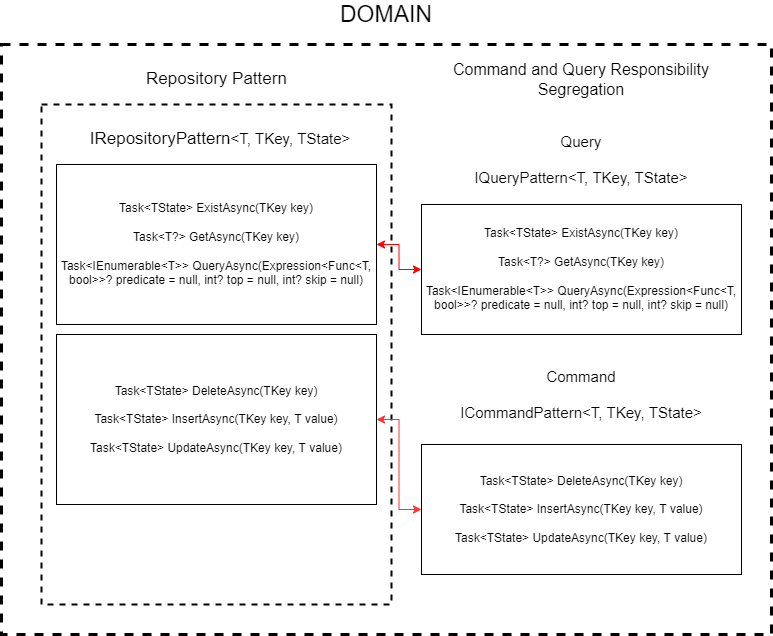
Before: RepositoryFramework.Abstractions.png, a diagram exported from draw.io (KeyserDSoze/RepositoryFramework). Source tidied: cells renumbered, new cells last; positions are measured from the earlier drawing's top-left corner, leaving out a move shared by most shapes. Source of this version:
```xml
<mxGraphModel>
  <root>
    <mxCell id="0" />
    <mxCell id="1" parent="0" />
    <mxCell id="2" value="&lt;font style=&quot;font-size: 23px&quot;&gt;DOMAIN&lt;/font&gt;" style="rounded=0;whiteSpace=wrap;html=1;dashed=1;fillColor=none;strokeWidth=3;spacingBottom=650;" parent="1" vertex="1">
      <mxGeometry width="770" height="590" as="geometry" />
    </mxCell>
    <mxCell id="3" style="whiteSpace=wrap;html=1;fillColor=none;strokeWidth=2;dashed=1;" parent="1" vertex="1">
      <mxGeometry x="40" y="60" width="350" height="500" as="geometry" />
    </mxCell>
    <mxCell id="4" value="Repository Pattern" style="text;html=1;strokeColor=none;fillColor=none;align=center;verticalAlign=middle;whiteSpace=wrap;rounded=0;fontSize=17;" parent="1" vertex="1">
      <mxGeometry x="132.5" y="20" width="165" height="30" as="geometry" />
    </mxCell>
    <mxCell id="5" style="edgeStyle=orthogonalEdgeStyle;rounded=0;jettySize=auto;html=1;fontSize=15;startArrow=classic;startFill=1;strokeColor=#FF0000;" parent="1" edge="1" source="6" target="11">
      <mxGeometry relative="1" as="geometry" />
    </mxCell>
    <mxCell id="6" value="Task&amp;lt;TState&amp;gt; ExistAsync(TKey key)&lt;br&gt;&lt;br&gt;Task&amp;lt;T?&amp;gt; GetAsync(TKey key)&lt;br&gt;&lt;br&gt;Task&amp;lt;IEnumerable&amp;lt;T&amp;gt;&amp;gt; QueryAsync(Expression&amp;lt;Func&amp;lt;T, bool&amp;gt;&amp;gt;? predicate = null, int? top = null, int? skip = null)" style="rounded=0;whiteSpace=wrap;html=1;" parent="1" vertex="1">
      <mxGeometry x="420" y="160" width="320" height="130" as="geometry" />
    </mxCell>
    <mxCell id="7" value="Command and Query Responsibility Segregation" style="text;html=1;strokeColor=none;fillColor=none;align=center;verticalAlign=middle;whiteSpace=wrap;rounded=0;fontSize=16;" parent="1" vertex="1">
      <mxGeometry x="450" y="20" width="260" height="30" as="geometry" />
    </mxCell>
    <mxCell id="8" style="edgeStyle=orthogonalEdgeStyle;rounded=0;jettySize=auto;html=1;fontSize=15;startArrow=classic;startFill=1;strokeColor=#FF3333;" parent="1" edge="1" source="9" target="12">
      <mxGeometry relative="1" as="geometry" />
    </mxCell>
    <mxCell id="9" value="Task&amp;lt;TState&amp;gt; DeleteAsync(TKey key)&lt;br&gt;&lt;br&gt;Task&amp;lt;TState&amp;gt; InsertAsync(TKey key, T value)&lt;br&gt;&lt;br&gt;Task&amp;lt;TState&amp;gt; UpdateAsync(TKey key, T value)" style="rounded=0;whiteSpace=wrap;html=1;" parent="1" vertex="1">
      <mxGeometry x="420" y="400" width="320" height="130" as="geometry" />
    </mxCell>
    <mxCell id="10" value="Query&lt;br&gt;&lt;br&gt;IQueryPattern&amp;lt;T, TKey, TState&amp;gt;" style="text;html=1;strokeColor=none;fillColor=none;align=center;verticalAlign=middle;whiteSpace=wrap;rounded=0;fontSize=15;" parent="1" vertex="1">
      <mxGeometry x="455" y="90" width="250" height="50" as="geometry" />
    </mxCell>
    <mxCell id="11" value="Task&amp;lt;TState&amp;gt; ExistAsync(TKey key)&lt;br&gt;&lt;br&gt;Task&amp;lt;T?&amp;gt; GetAsync(TKey key)&lt;br&gt;&lt;br&gt;Task&amp;lt;IEnumerable&amp;lt;T&amp;gt;&amp;gt; QueryAsync(Expression&amp;lt;Func&amp;lt;T, bool&amp;gt;&amp;gt;? predicate = null, int? top = null, int? skip = null)" style="rounded=0;whiteSpace=wrap;html=1;" parent="1" vertex="1">
      <mxGeometry x="55" y="120" width="320" height="160" as="geometry" />
    </mxCell>
    <mxCell id="12" value="Task&amp;lt;TState&amp;gt; DeleteAsync(TKey key)&lt;br&gt;&lt;br&gt;Task&amp;lt;TState&amp;gt; InsertAsync(TKey key, T value)&lt;br&gt;&lt;br&gt;Task&amp;lt;TState&amp;gt; UpdateAsync(TKey key, T value)" style="rounded=0;whiteSpace=wrap;html=1;" parent="1" vertex="1">
      <mxGeometry x="55" y="290" width="320" height="170" as="geometry" />
    </mxCell>
    <mxCell id="13" value="Command&lt;br&gt;&lt;br&gt;ICommandPattern&amp;lt;T, TKey, TState&amp;gt;" style="text;html=1;strokeColor=none;fillColor=none;align=center;verticalAlign=middle;whiteSpace=wrap;rounded=0;fontSize=15;" parent="1" vertex="1">
      <mxGeometry x="430" y="310" width="300" height="80" as="geometry" />
    </mxCell>
    <mxCell id="14" value="IRepositoryPattern&lt;span style=&quot;font-size: 15px&quot;&gt;&amp;lt;T, TKey, TState&amp;gt;&lt;/span&gt;" style="text;html=1;strokeColor=none;fillColor=none;align=center;verticalAlign=middle;whiteSpace=wrap;rounded=0;fontSize=17;" parent="1" vertex="1">
      <mxGeometry x="80" y="80" width="277.5" height="30" as="geometry" />
    </mxCell>
  </root>
</mxGraphModel>
```
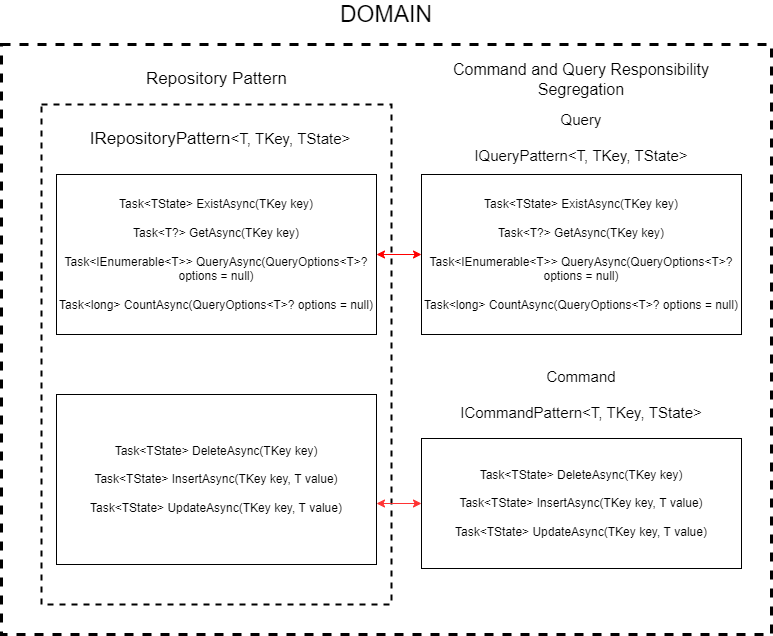
The same file after the commit.

Diff of the diagram source:
```diff
@@ -14,26 +14,31 @@
     <mxCell id="5" style="edgeStyle=orthogonalEdgeStyle;rounded=0;jettySize=auto;html=1;fontSize=15;startArrow=classic;startFill=1;strokeColor=#FF0000;" parent="1" edge="1" source="6" target="11">
       <mxGeometry relative="1" as="geometry" />
     </mxCell>
-    <mxCell id="6" value="Task&amp;lt;TState&amp;gt; ExistAsync(TKey key)&lt;br&gt;&lt;br&gt;Task&amp;lt;T?&amp;gt; GetAsync(TKey key)&lt;br&gt;&lt;br&gt;Task&amp;lt;IEnumerable&amp;lt;T&amp;gt;&amp;gt; QueryAsync(Expression&amp;lt;Func&amp;lt;T, bool&amp;gt;&amp;gt;? predicate = null, int? top = null, int? skip = null)" style="rounded=0;whiteSpace=wrap;html=1;" parent="1" vertex="1">
-      <mxGeometry x="420" y="160" width="320" height="130" as="geometry" />
+    <mxCell id="6" value="Task&amp;lt;TState&amp;gt; ExistAsync(TKey key)&lt;br&gt;&lt;br&gt;Task&amp;lt;T?&amp;gt; GetAsync(TKey key)&lt;br&gt;&lt;br&gt;Task&amp;lt;IEnumerable&amp;lt;T&amp;gt;&amp;gt; QueryAsync(QueryOptions&amp;lt;T&amp;gt;? options = null)&lt;br&gt;&lt;br&gt;Task&amp;lt;long&amp;gt; CountAsync(QueryOptions&amp;lt;T&amp;gt;? options = null)" style="rounded=0;whiteSpace=wrap;html=1;" parent="1" vertex="1">
+      <mxGeometry x="420" y="130" width="320" height="160" as="geometry" />
     </mxCell>
     <mxCell id="7" value="Command and Query Responsibility Segregation" style="text;html=1;strokeColor=none;fillColor=none;align=center;verticalAlign=middle;whiteSpace=wrap;rounded=0;fontSize=16;" parent="1" vertex="1">
       <mxGeometry x="450" y="20" width="260" height="30" as="geometry" />
     </mxCell>
     <mxCell id="8" style="edgeStyle=orthogonalEdgeStyle;rounded=0;jettySize=auto;html=1;fontSize=15;startArrow=classic;startFill=1;strokeColor=#FF3333;" parent="1" edge="1" source="9" target="12">
-      <mxGeometry relative="1" as="geometry" />
+      <mxGeometry relative="1" as="geometry">
+        <Array as="points">
+          <mxPoint x="390" y="459" />
+          <mxPoint x="390" y="459" />
+        </Array>
+      </mxGeometry>
     </mxCell>
     <mxCell id="9" value="Task&amp;lt;TState&amp;gt; DeleteAsync(TKey key)&lt;br&gt;&lt;br&gt;Task&amp;lt;TState&amp;gt; InsertAsync(TKey key, T value)&lt;br&gt;&lt;br&gt;Task&amp;lt;TState&amp;gt; UpdateAsync(TKey key, T value)" style="rounded=0;whiteSpace=wrap;html=1;" parent="1" vertex="1">
-      <mxGeometry x="420" y="400" width="320" height="130" as="geometry" />
+      <mxGeometry x="420" y="394" width="320" height="130" as="geometry" />
     </mxCell>
     <mxCell id="10" value="Query&lt;br&gt;&lt;br&gt;IQueryPattern&amp;lt;T, TKey, TState&amp;gt;" style="text;html=1;strokeColor=none;fillColor=none;align=center;verticalAlign=middle;whiteSpace=wrap;rounded=0;fontSize=15;" parent="1" vertex="1">
-      <mxGeometry x="455" y="90" width="250" height="50" as="geometry" />
+      <mxGeometry x="455" y="68" width="250" height="50" as="geometry" />
     </mxCell>
-    <mxCell id="11" value="Task&amp;lt;TState&amp;gt; ExistAsync(TKey key)&lt;br&gt;&lt;br&gt;Task&amp;lt;T?&amp;gt; GetAsync(TKey key)&lt;br&gt;&lt;br&gt;Task&amp;lt;IEnumerable&amp;lt;T&amp;gt;&amp;gt; QueryAsync(Expression&amp;lt;Func&amp;lt;T, bool&amp;gt;&amp;gt;? predicate = null, int? top = null, int? skip = null)" style="rounded=0;whiteSpace=wrap;html=1;" parent="1" vertex="1">
-      <mxGeometry x="55" y="120" width="320" height="160" as="geometry" />
+    <mxCell id="11" value="Task&amp;lt;TState&amp;gt; ExistAsync(TKey key)&lt;br&gt;&lt;br&gt;Task&amp;lt;T?&amp;gt; GetAsync(TKey key)&lt;br&gt;&lt;br&gt;Task&amp;lt;IEnumerable&amp;lt;T&amp;gt;&amp;gt; QueryAsync(QueryOptions&amp;lt;T&amp;gt;? options = null)&lt;br&gt;&lt;br&gt;Task&amp;lt;long&amp;gt; CountAsync(QueryOptions&amp;lt;T&amp;gt;? options = null)" style="rounded=0;whiteSpace=wrap;html=1;" parent="1" vertex="1">
+      <mxGeometry x="55" y="130" width="320" height="160" as="geometry" />
     </mxCell>
     <mxCell id="12" value="Task&amp;lt;TState&amp;gt; DeleteAsync(TKey key)&lt;br&gt;&lt;br&gt;Task&amp;lt;TState&amp;gt; InsertAsync(TKey key, T value)&lt;br&gt;&lt;br&gt;Task&amp;lt;TState&amp;gt; UpdateAsync(TKey key, T value)" style="rounded=0;whiteSpace=wrap;html=1;" parent="1" vertex="1">
-      <mxGeometry x="55" y="290" width="320" height="170" as="geometry" />
+      <mxGeometry x="55" y="350" width="320" height="170" as="geometry" />
     </mxCell>
     <mxCell id="13" value="Command&lt;br&gt;&lt;br&gt;ICommandPattern&amp;lt;T, TKey, TState&amp;gt;" style="text;html=1;strokeColor=none;fillColor=none;align=center;verticalAlign=middle;whiteSpace=wrap;rounded=0;fontSize=15;" parent="1" vertex="1">
       <mxGeometry x="430" y="310" width="300" height="80" as="geometry" />
```
